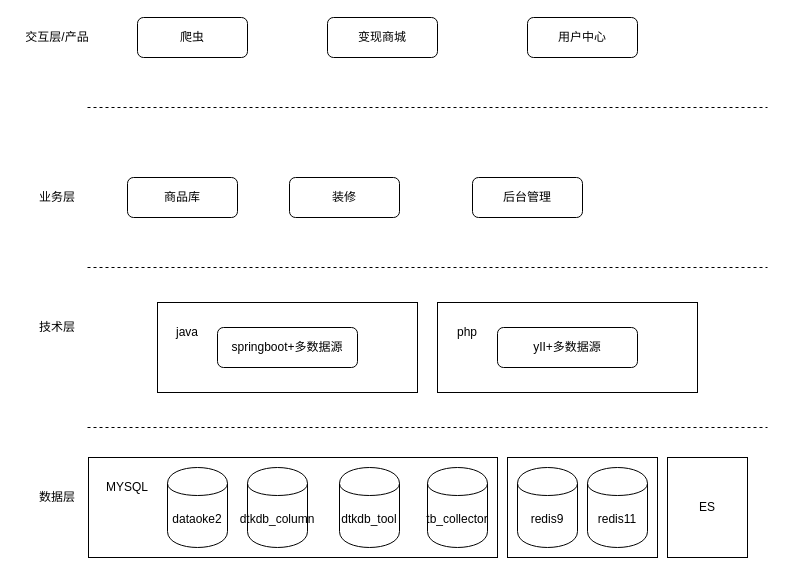
This is 1.drawio from sevenDay2014/dtk, a draw.io file, before an edit. Source tidied: cells renumbered, new cells numbered last; positions are measured from the earlier drawing's top-left corner, leaving out a move shared by most shapes. Both pictures are drawn from the tidied source at 100%, with x=0, y=0 at pixel (17, 17).
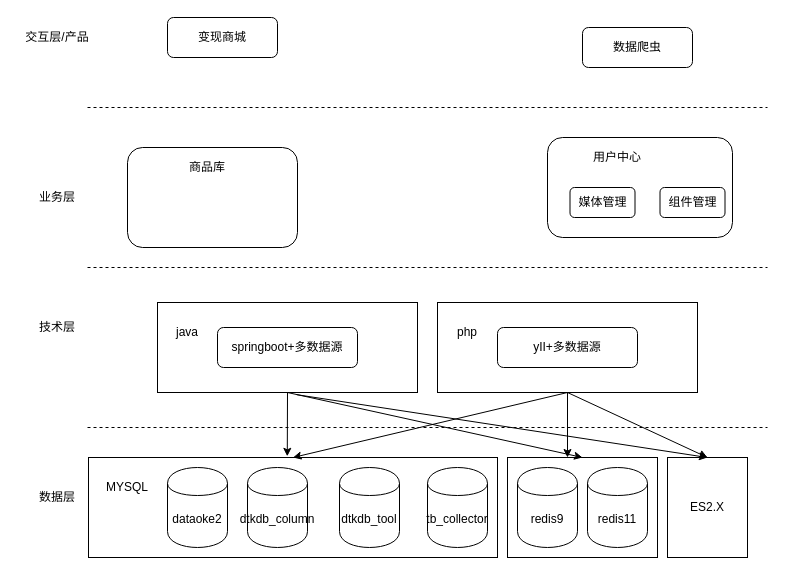
The same page after the edit.

Unchanged cells that the change refers to:
```xml
<mxCell id="2" style="rounded=0;whiteSpace=wrap;html=1;" parent="1" vertex="1">
  <mxGeometry x="71" y="440" width="409" height="100" as="geometry" />
</mxCell>
<mxCell id="17" style="rounded=0;whiteSpace=wrap;html=1;" parent="1" vertex="1">
  <mxGeometry x="490" y="440" width="150" height="100" as="geometry" />
</mxCell>
<mxCell id="18" style="rounded=0;whiteSpace=wrap;html=1;" parent="1" vertex="1">
  <mxGeometry x="140" y="285" width="260" height="90" as="geometry" />
</mxCell>
<mxCell id="21" style="rounded=0;whiteSpace=wrap;html=1;" parent="1" vertex="1">
  <mxGeometry x="420" y="285" width="260" height="90" as="geometry" />
</mxCell>
```

What changed in the source:
```diff
@@
-    <mxCell id="13" value="爬虫" style="rounded=1;whiteSpace=wrap;html=1;" parent="1" vertex="1">
-      <mxGeometry x="120" width="110" height="40" as="geometry" />
+    <mxCell id="13" value="数据爬虫" style="rounded=1;whiteSpace=wrap;html=1;" parent="1" vertex="1">
+      <mxGeometry x="565" y="10" width="110" height="40" as="geometry" />
     </mxCell>
     <mxCell id="14" value="变现商城" style="rounded=1;whiteSpace=wrap;html=1;" parent="1" vertex="1">
-      <mxGeometry x="310" width="110" height="40" as="geometry" />
+      <mxGeometry x="150" width="110" height="40" as="geometry" />
     </mxCell>
-    <mxCell id="15" value="用户中心" style="rounded=1;whiteSpace=wrap;html=1;" parent="1" vertex="1">
-      <mxGeometry x="510" width="110" height="40" as="geometry" />
+    <mxCell id="15" style="rounded=1;whiteSpace=wrap;html=1;" parent="1" vertex="1">
+      <mxGeometry x="530" y="120" width="185" height="100" as="geometry" />
     </mxCell>
@@
-    <mxCell id="27" value="商品库" style="rounded=1;whiteSpace=wrap;html=1;" parent="1" vertex="1">
-      <mxGeometry x="110" y="160" width="110" height="40" as="geometry" />
+    <mxCell id="27" style="rounded=1;whiteSpace=wrap;html=1;labelPosition=center;verticalLabelPosition=middle;align=center;verticalAlign=middle;" parent="1" vertex="1">
+      <mxGeometry x="110" y="130" width="170" height="100" as="geometry" />
     </mxCell>
-    <mxCell id="28" value="装修" style="rounded=1;whiteSpace=wrap;html=1;" parent="1" vertex="1">
-      <mxGeometry x="272" y="160" width="110" height="40" as="geometry" />
-    </mxCell>
-    <mxCell id="29" value="后台管理" style="rounded=1;whiteSpace=wrap;html=1;" parent="1" vertex="1">
-      <mxGeometry x="455" y="160" width="110" height="40" as="geometry" />
-    </mxCell>
-    <mxCell id="30" value="ES" style="rounded=0;whiteSpace=wrap;html=1;" parent="1" vertex="1">
+    <mxCell id="30" value="ES2.X" style="rounded=0;whiteSpace=wrap;html=1;" parent="1" vertex="1">
       <mxGeometry x="650" y="440" width="80" height="100" as="geometry" />
     </mxCell>
+    <mxCell id="31" style="endArrow=classic;html=1;exitX=0.5;exitY=1;exitDx=0;exitDy=0;entryX=0.486;entryY=-0.012;entryDx=0;entryDy=0;entryPerimeter=0;" parent="1" edge="1" source="18" target="2">
+      <mxGeometry relative="1" as="geometry" />
+    </mxCell>
+    <mxCell id="32" style="endArrow=classic;html=1;exitX=0.5;exitY=1;exitDx=0;exitDy=0;entryX=0.5;entryY=0;entryDx=0;entryDy=0;" parent="1" edge="1" source="18" target="17">
+      <mxGeometry relative="1" as="geometry" />
+    </mxCell>
+    <mxCell id="33" style="endArrow=classic;html=1;entryX=0.5;entryY=0;entryDx=0;entryDy=0;exitX=0.535;exitY=1.024;exitDx=0;exitDy=0;exitPerimeter=0;" parent="1" edge="1" source="18" target="30">
+      <mxGeometry relative="1" as="geometry" />
+    </mxCell>
+    <mxCell id="34" style="endArrow=classic;html=1;exitX=0.5;exitY=1;exitDx=0;exitDy=0;entryX=0.5;entryY=0;entryDx=0;entryDy=0;" parent="1" edge="1" source="21" target="2">
+      <mxGeometry relative="1" as="geometry" />
+    </mxCell>
+    <mxCell id="35" style="endArrow=classic;html=1;exitX=0.5;exitY=1;exitDx=0;exitDy=0;" parent="1" edge="1" source="21">
+      <mxGeometry relative="1" as="geometry">
+        <mxPoint x="550" y="440" as="targetPoint" />
+      </mxGeometry>
+    </mxCell>
+    <mxCell id="36" style="endArrow=classic;html=1;exitX=0.5;exitY=1;exitDx=0;exitDy=0;entryX=0.5;entryY=0;entryDx=0;entryDy=0;" parent="1" edge="1" source="21" target="30">
+      <mxGeometry relative="1" as="geometry" />
+    </mxCell>
+    <mxCell id="37" value="商品库" style="text;html=1;strokeColor=none;fillColor=none;align=center;verticalAlign=middle;whiteSpace=wrap;rounded=0;" parent="1" vertex="1">
+      <mxGeometry x="170" y="140" width="40" height="20" as="geometry" />
+    </mxCell>
+    <mxCell id="38" value="用户中心" style="text;html=1;strokeColor=none;fillColor=none;align=center;verticalAlign=middle;whiteSpace=wrap;rounded=0;" parent="1" vertex="1">
+      <mxGeometry x="570" y="130" width="60" height="20" as="geometry" />
+    </mxCell>
+    <mxCell id="39" value="媒体管理" style="rounded=1;whiteSpace=wrap;html=1;" parent="1" vertex="1">
+      <mxGeometry x="552.5" y="170" width="65" height="30" as="geometry" />
+    </mxCell>
+    <mxCell id="40" value="组件管理" style="rounded=1;whiteSpace=wrap;html=1;" parent="1" vertex="1">
+      <mxGeometry x="642.5" y="170" width="65" height="30" as="geometry" />
+    </mxCell>
```
